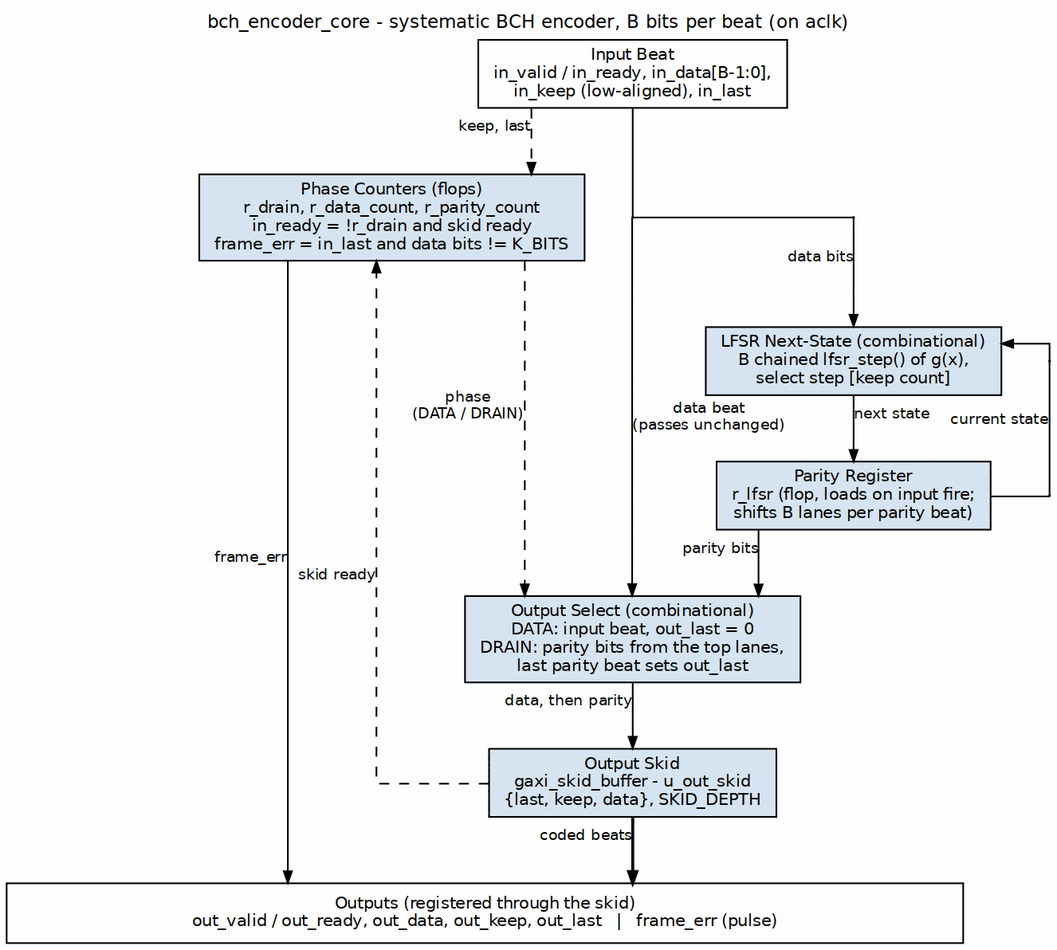
sean-galloway/RTLDesignSherpa keeps this Graphviz diagram as projects/components/ecc-ip/bch/docs/bch_mas/assets/graphviz/bch_encoder_core.png. Above is the earlier version. Its source is kept beside it as projects/components/ecc-ip/bch/docs/bch_mas/assets/graphviz/bch_encoder_core.dot. Source of this version:
```dot
digraph bch_encoder_core {
    graph [rankdir=TB, bgcolor="white", fontname="Helvetica", fontsize=11,
           nodesep="0.40", ranksep="0.55", splines=ortho, newrank=true,
           labelloc=t, labeljust=c];
    node  [fontname="Helvetica", fontsize=10, shape=box, style=filled,
           fillcolor="#D6E4F0", color="black", margin="0.12,0.06"];
    edge  [fontname="Helvetica", fontsize=9, color="black", arrowsize=0.7];
    label="bch_encoder_core - systematic BCH encoder, B bits per beat (on aclk)";

    in   [label="Input Beat\nin_valid / in_ready, in_data[B-1:0],\nin_keep (low-aligned), in_last", fillcolor="white", group=C];

    ctl  [label="Phase Counters (flops)\nr_drain, r_data_count, r_parity_count\nin_ready = !r_drain and skid ready\nframe_err = in_last and data bits != K_BITS", group=L];
    p_in [shape=point, width=0.01, group=C];
    p_l  [shape=point, width=0.01, group=R];
    nxt  [label="LFSR Next-State (combinational)\nB chained lfsr_step() of g(x),\nselect step [keep count]", group=R];
    reg  [label="Parity Register\nr_lfsr (flop, loads on input fire;\nshifts B lanes per parity beat)", group=R];
    sel  [label="Output Select (combinational)\nDATA: input beat, out_last = 0\nDRAIN: parity bits from the top lanes,\nlast parity beat sets out_last", group=C];
    skid [label="Output Skid\ngaxi_skid_buffer - u_out_skid\n{last, keep, data}, SKID_DEPTH", group=C];

    bar  [label="Outputs (registered through the skid)\nout_valid / out_ready, out_data, out_keep, out_last   |   frame_err (pulse)",
          fillcolor="white", width=8.0];

    in   -> p_in [arrowhead=none, headclip=false];
    p_in -> sel  [tailclip=false, xlabel="data beat\n(passes unchanged)"];
    p_in -> p_l  [arrowhead=none, tailclip=false, headclip=false];
    p_l  -> nxt  [tailclip=false, xlabel="data bits"];
    nxt  -> reg  [xlabel="next state"];
    reg  -> sel  [xlabel="parity bits"];
    sel  -> skid [xlabel="data, then parity"];
    skid -> bar  [xlabel="coded beats", penwidth=1.8];

    p_f1 [shape=point, width=0.01, group=F];
    p_f2 [shape=point, width=0.01, group=F];
    reg  -> p_f2 [arrowhead=none, headclip=false];
    p_f1 -> p_f2 [dir=none, tailclip=false, headclip=false, xlabel="current state"];
    p_f1 -> nxt  [tailclip=false];

    in   -> ctl  [style=dashed, xlabel="keep, last"];
    ctl  -> sel  [style=dashed, xlabel="phase\n(DATA / DRAIN)"];
    skid -> ctl  [style=dashed, constraint=false, xlabel="skid ready"];
    ctl  -> bar  [xlabel="frame_err"];

    { rank=same; ctl; p_in; p_l; }
    { rank=same; nxt; p_f1; }
    { rank=same; reg; p_f2; }
    ctl -> p_in -> p_l [style=invis];
    nxt -> p_f1 [style=invis];
}
```
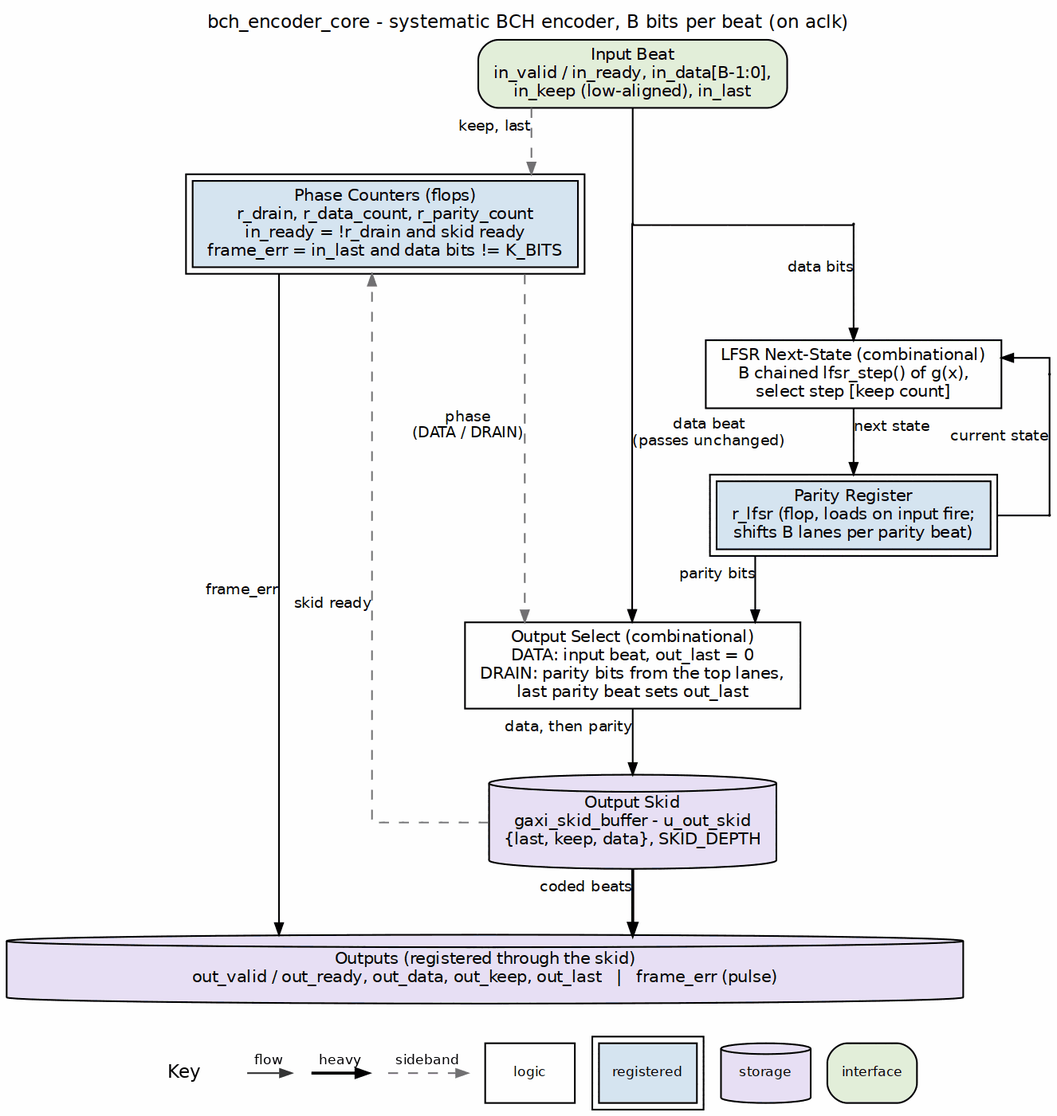
After the change.

The edit, as a diff of the source:
```diff
@@ -3,22 +3,22 @@
            nodesep="0.40", ranksep="0.55", splines=ortho, newrank=true,
            labelloc=t, labeljust=c];
     node  [fontname="Helvetica", fontsize=10, shape=box, style=filled,
-           fillcolor="#D6E4F0", color="black", margin="0.12,0.06"];
+           fillcolor="white", color="black", margin="0.12,0.06"];
     edge  [fontname="Helvetica", fontsize=9, color="black", arrowsize=0.7];
     label="bch_encoder_core - systematic BCH encoder, B bits per beat (on aclk)";
 
-    in   [label="Input Beat\nin_valid / in_ready, in_data[B-1:0],\nin_keep (low-aligned), in_last", fillcolor="white", group=C];
+    in   [label="Input Beat\nin_valid / in_ready, in_data[B-1:0],\nin_keep (low-aligned), in_last", fillcolor="white", group=C, style="rounded,filled", fillcolor="#E2EFDA"];
 
-    ctl  [label="Phase Counters (flops)\nr_drain, r_data_count, r_parity_count\nin_ready = !r_drain and skid ready\nframe_err = in_last and data bits != K_BITS", group=L];
+    ctl  [label="Phase Counters (flops)\nr_drain, r_data_count, r_parity_count\nin_ready = !r_drain and skid ready\nframe_err = in_last and data bits != K_BITS", group=L, peripheries=2, style="filled", fillcolor="#D6E4F0"];
     p_in [shape=point, width=0.01, group=C];
     p_l  [shape=point, width=0.01, group=R];
-    nxt  [label="LFSR Next-State (combinational)\nB chained lfsr_step() of g(x),\nselect step [keep count]", group=R];
-    reg  [label="Parity Register\nr_lfsr (flop, loads on input fire;\nshifts B lanes per parity beat)", group=R];
-    sel  [label="Output Select (combinational)\nDATA: input beat, out_last = 0\nDRAIN: parity bits from the top lanes,\nlast parity beat sets out_last", group=C];
-    skid [label="Output Skid\ngaxi_skid_buffer - u_out_skid\n{last, keep, data}, SKID_DEPTH", group=C];
+    nxt  [label="LFSR Next-State (combinational)\nB chained lfsr_step() of g(x),\nselect step [keep count]", group=R, style="filled", fillcolor="white"];
+    reg  [label="Parity Register\nr_lfsr (flop, loads on input fire;\nshifts B lanes per parity beat)", group=R, peripheries=2, style="filled", fillcolor="#D6E4F0"];
+    sel  [label="Output Select (combinational)\nDATA: input beat, out_last = 0\nDRAIN: parity bits from the top lanes,\nlast parity beat sets out_last", group=C, style="filled", fillcolor="white"];
+    skid [label="Output Skid\ngaxi_skid_buffer - u_out_skid\n{last, keep, data}, SKID_DEPTH", group=C, shape=cylinder, style="filled", fillcolor="#E8DFF5"];
 
     bar  [label="Outputs (registered through the skid)\nout_valid / out_ready, out_data, out_keep, out_last   |   frame_err (pulse)",
-          fillcolor="white", width=8.0];
+          fillcolor="white", width=8.0, shape=cylinder, style="filled", fillcolor="#E8DFF5"];
 
     in   -> p_in [arrowhead=none, headclip=false];
     p_in -> sel  [tailclip=false, xlabel="data beat\n(passes unchanged)"];
@@ -35,9 +35,9 @@
     p_f1 -> p_f2 [dir=none, tailclip=false, headclip=false, xlabel="current state"];
     p_f1 -> nxt  [tailclip=false];
 
-    in   -> ctl  [style=dashed, xlabel="keep, last"];
-    ctl  -> sel  [style=dashed, xlabel="phase\n(DATA / DRAIN)"];
-    skid -> ctl  [style=dashed, constraint=false, xlabel="skid ready"];
+    in   -> ctl  [style=dashed, color="#777777", xlabel="keep, last"];
+    ctl  -> sel  [style=dashed, color="#777777", xlabel="phase\n(DATA / DRAIN)"];
+    skid -> ctl  [style=dashed, color="#777777", constraint=false, xlabel="skid ready"];
     ctl  -> bar  [xlabel="frame_err"];
 
     { rank=same; ctl; p_in; p_l; }
```
